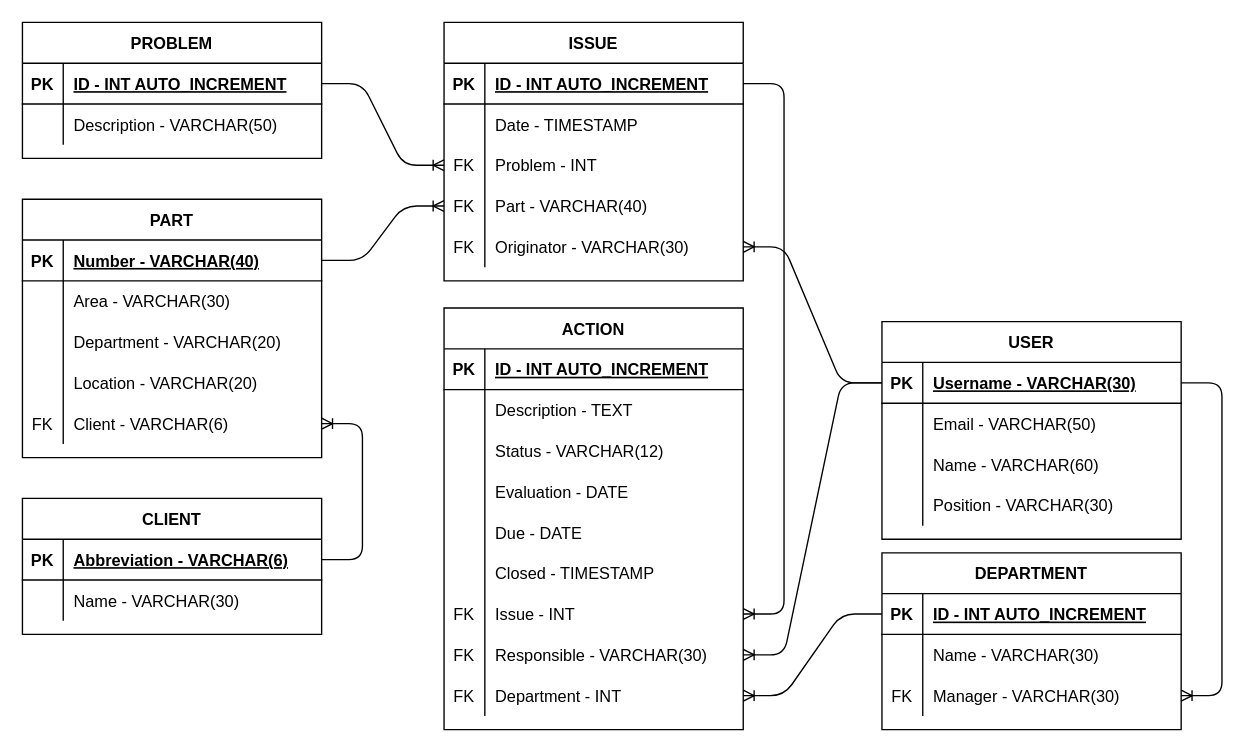
Above: api/db/model/TableDiagram.drawio in FFahrenheit/ScrapActionListAPI (draw.io), before the change. Source tidied: cells renumbered, new cells numbered last; positions are measured from the earlier drawing's top-left corner, leaving out a move shared by most shapes. Both pictures are drawn from the tidied source at 136%, with x=0, y=0 at pixel (22, 22).
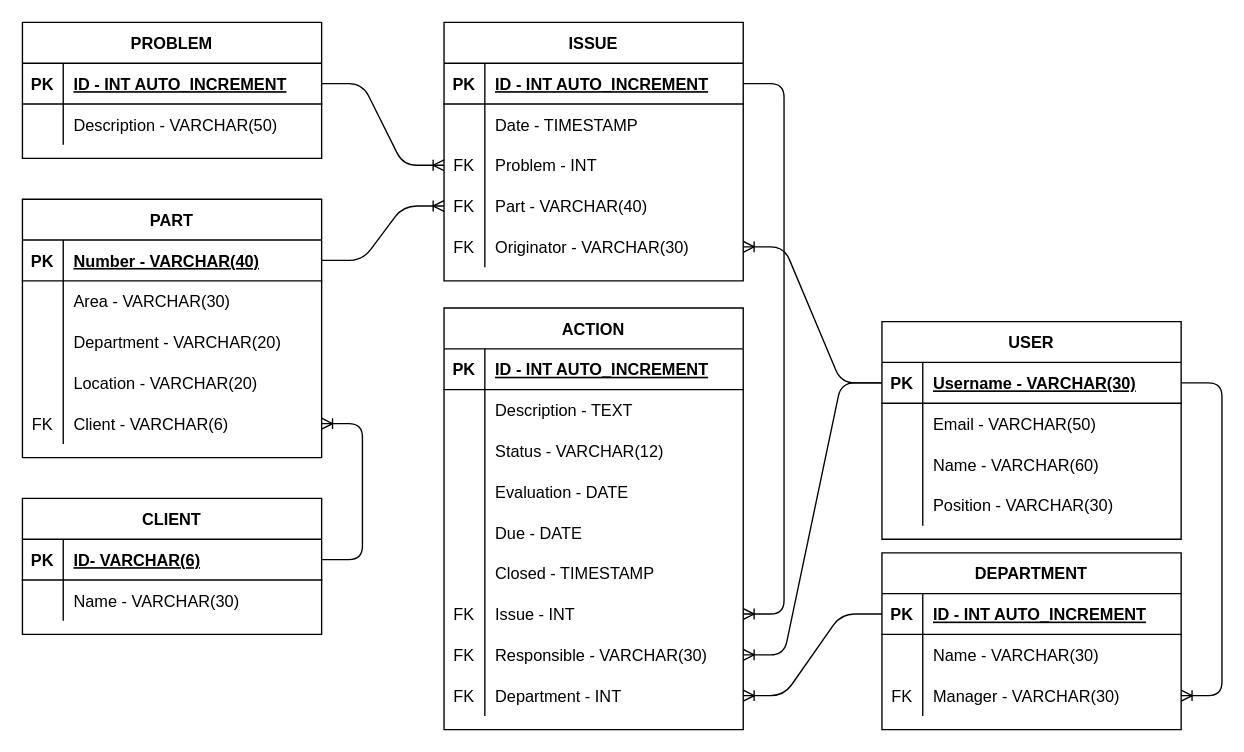
The same page after the edit.

Commit message (it also covers changes not shown here):
Database schema

Unchanged cells that the change refers to:
```xml
<mxCell id="3" style="shape=partialRectangle;fillColor=none;top=0;left=0;bottom=1;right=0;points=[[0,0.5],[1,0.5]];portConstraint=eastwest;" parent="2" vertex="1">
  <mxGeometry y="30" width="220" height="30" as="geometry" />
</mxCell>
```

What changed in the source:
```diff
@@
-    <mxCell id="5" value="Abbreviation - VARCHAR(6)" style="shape=partialRectangle;fillColor=none;top=0;left=0;bottom=0;right=0;align=left;spacingLeft=6;fontStyle=5;overflow=hidden;" parent="3" vertex="1">
+    <mxCell id="5" value="ID- VARCHAR(6)" style="shape=partialRectangle;fillColor=none;top=0;left=0;bottom=0;right=0;align=left;spacingLeft=6;fontStyle=5;overflow=hidden;" parent="3" vertex="1">
       <mxGeometry x="30" width="190" height="30" as="geometry" />
     </mxCell>
```
